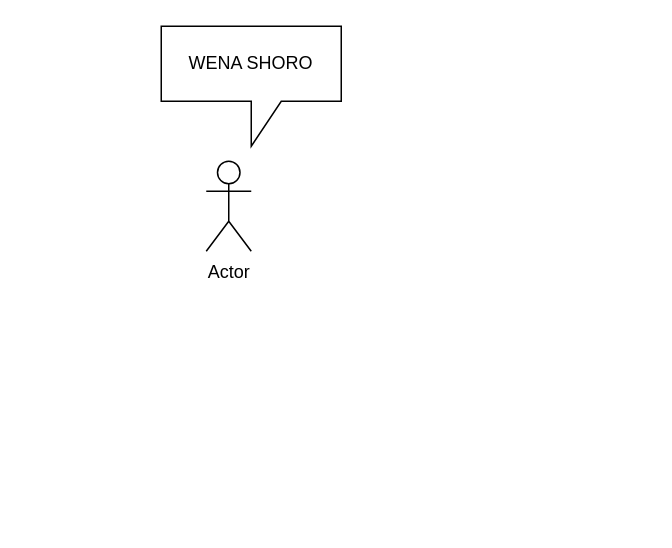
Earlier version of the draw.io diagram Untitled Diagram.drawio (L1TnzO/Proyecto_ICC315). Source tidied: cells renumbered, new cells numbered last; positions are measured from the earlier drawing's top-left corner, leaving out a move shared by most shapes. Both pictures are drawn from the tidied source at 150%, with x=0, y=0 at pixel (160, 26).
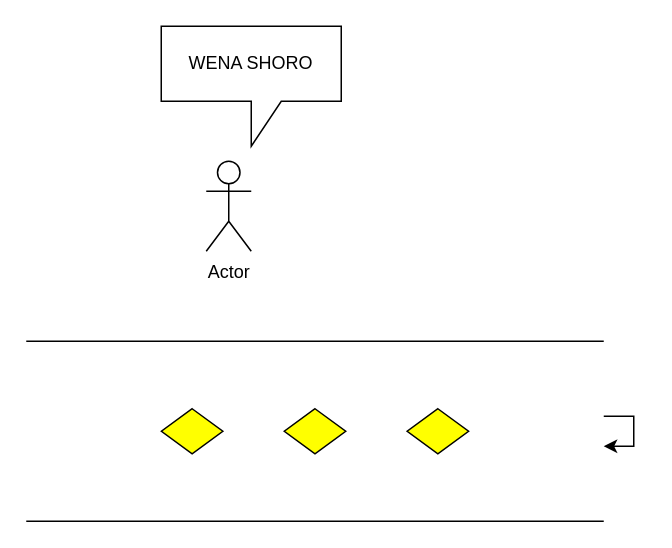
The same diagram, later.

Change to the diagram source:
```diff
@@
 <mxGraphModel>
   <root>
     <mxCell id="0" />
     <mxCell id="1" parent="0" />
+    <mxCell id="4" style="verticalLabelPosition=bottom;verticalAlign=top;html=1;shape=mxgraph.flowchart.parallel_mode;" parent="1" vertex="1">
+      <mxGeometry x="-90" y="210" width="385" height="120" as="geometry" />
+    </mxCell>
     <mxCell id="2" value="Actor" style="shape=umlActor;verticalLabelPosition=bottom;verticalAlign=top;html=1;" parent="1" vertex="1">
       <mxGeometry x="30" y="90" width="30" height="60" as="geometry" />
     </mxCell>
+    <mxCell id="5" style="edgeStyle=orthogonalEdgeStyle;rounded=0;orthogonalLoop=1;jettySize=auto;html=1;" parent="1" edge="1" source="4" target="4">
+      <mxGeometry relative="1" as="geometry" />
+    </mxCell>
     <mxCell id="3" value="WENA SHORO" style="shape=callout;whiteSpace=wrap;html=1;perimeter=calloutPerimeter;" parent="1" vertex="1">
       <mxGeometry width="120" height="80" as="geometry" />
     </mxCell>
   </root>
 </mxGraphModel>
```
